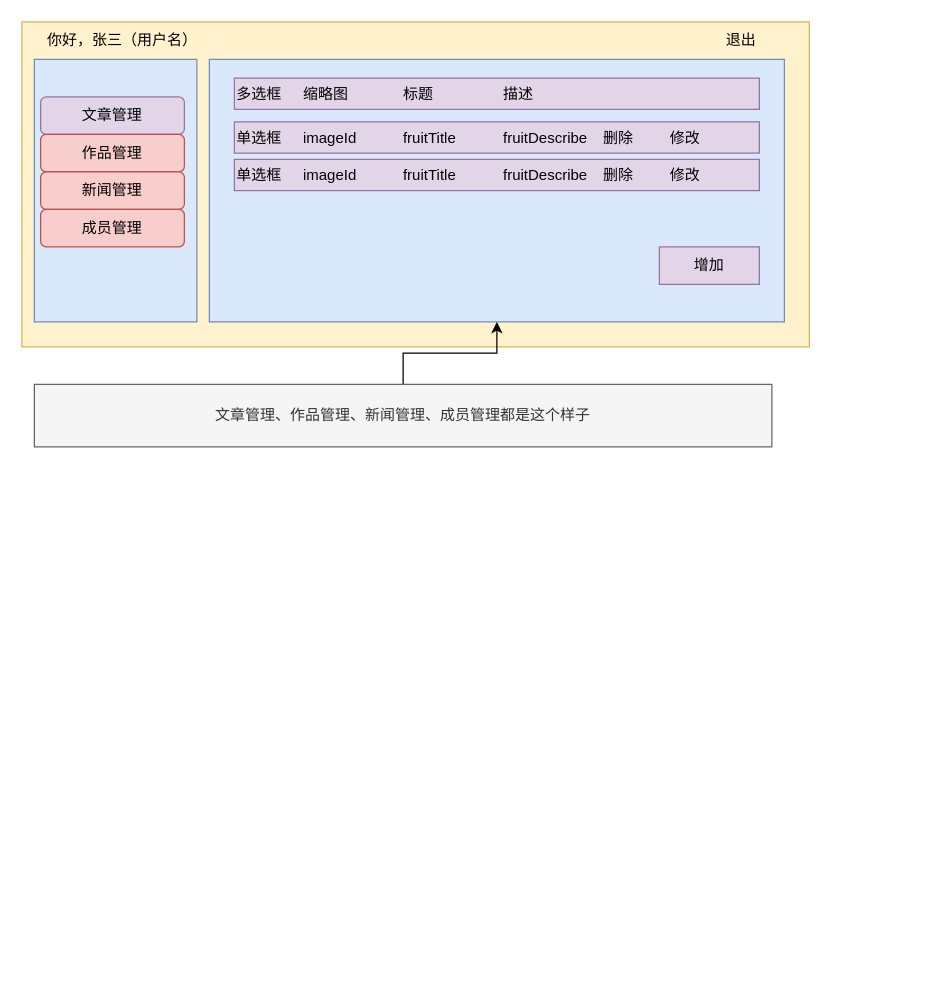
The draw.io diagram studio/用户页面图.drawio in wenxuan-ping/picture, before the edit. Source tidied: cells renumbered, new cells numbered last; positions are measured from the earlier drawing's top-left corner, leaving out a move shared by most shapes. Both pictures are drawn from the tidied source at 125%, with x=0, y=0 at pixel (21, 21).
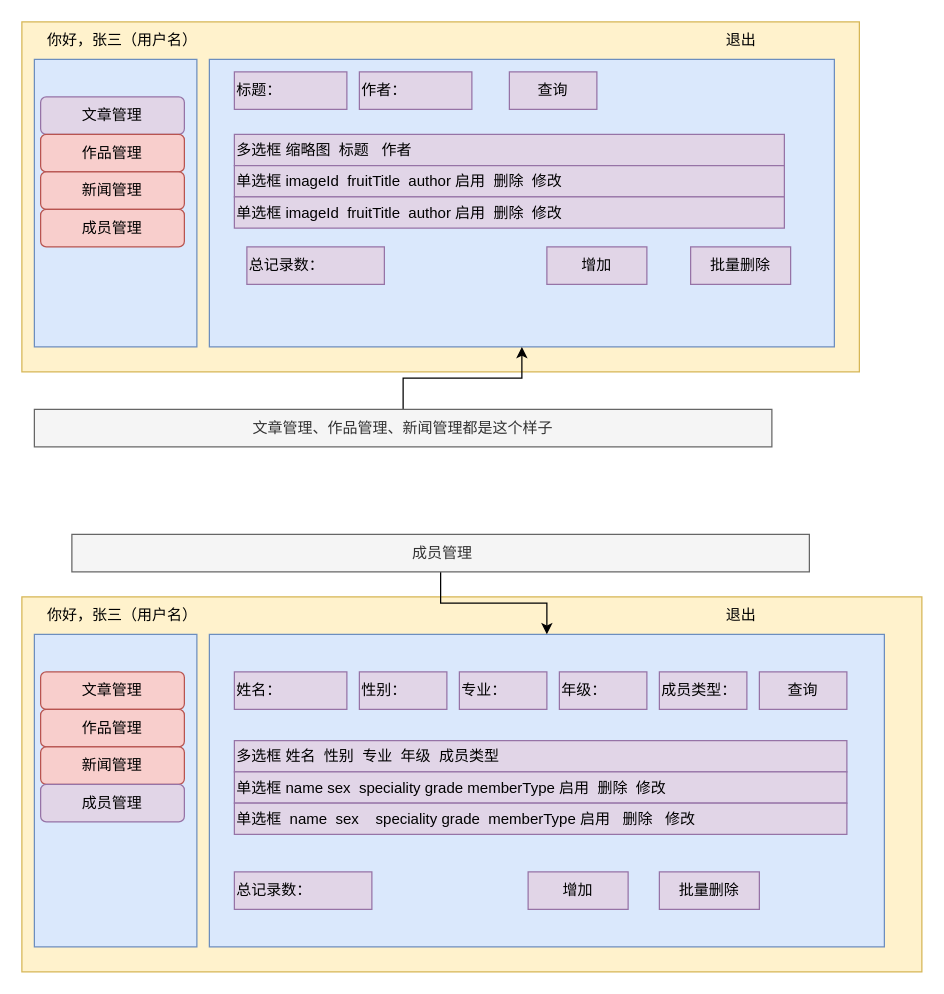
The same page after the edit.

Commit message:
更新用户页面图.drawio

Diff of the diagram source:
```diff
@@
     <mxCell id="2" style="rounded=0;whiteSpace=wrap;html=1;fillColor=#fff2cc;strokeColor=#d6b656;" parent="1" vertex="1">
-      <mxGeometry width="630" height="260" as="geometry" />
+      <mxGeometry width="670" height="280" as="geometry" />
     </mxCell>
     <mxCell id="3" style="rounded=0;whiteSpace=wrap;html=1;fillColor=#dae8fc;strokeColor=#6c8ebf;" parent="1" vertex="1">
-      <mxGeometry x="10" y="30" width="130" height="210" as="geometry" />
+      <mxGeometry x="10" y="30" width="130" height="230" as="geometry" />
     </mxCell>
@@
     <mxCell id="8" style="rounded=0;whiteSpace=wrap;html=1;fillColor=#dae8fc;strokeColor=#6c8ebf;" parent="1" vertex="1">
-      <mxGeometry x="150" y="30" width="460" height="210" as="geometry" />
+      <mxGeometry x="150" y="30" width="500" height="230" as="geometry" />
     </mxCell>
@@
-    <mxCell id="11" value="多选框&lt;span style=&quot;white-space: pre;&quot;&gt;&#9;&lt;/span&gt;缩略图&lt;span style=&quot;white-space: pre;&quot;&gt;&#9;&lt;/span&gt;&lt;span style=&quot;white-space: pre;&quot;&gt;&#9;&lt;/span&gt;标题&lt;span style=&quot;white-space: pre;&quot;&gt;&#9;&lt;/span&gt;&lt;span style=&quot;white-space: pre;&quot;&gt;&#9;&lt;/span&gt;&lt;span style=&quot;white-space: pre;&quot;&gt;&#9;&lt;/span&gt;描述" style="rounded=0;whiteSpace=wrap;html=1;align=left;fillColor=#e1d5e7;strokeColor=#9673a6;" parent="1" vertex="1">
-      <mxGeometry x="170" y="45" width="420" height="25" as="geometry" />
+    <mxCell id="11" value="多选框&lt;span style=&quot;white-space: pre;&quot;&gt; &lt;/span&gt;缩略图&lt;span style=&quot;white-space: pre;&quot;&gt; &lt;/span&gt;&lt;span style=&quot;white-space: pre;&quot;&gt; &lt;/span&gt;标题&lt;span style=&quot;white-space: pre;&quot;&gt; &lt;/span&gt;&lt;span style=&quot;white-space: pre;&quot;&gt; &lt;/span&gt;&lt;span style=&quot;white-space: pre;&quot;&gt; &lt;/span&gt;作者" style="rounded=0;whiteSpace=wrap;html=1;align=left;fillColor=#e1d5e7;strokeColor=#9673a6;" parent="1" vertex="1">
+      <mxGeometry x="170" y="90" width="440" height="25" as="geometry" />
     </mxCell>
-    <mxCell id="12" value="单选框&lt;span style=&quot;white-space: pre;&quot;&gt;&#9;&lt;/span&gt;imageId&lt;span style=&quot;white-space: pre;&quot;&gt;&#9;&lt;/span&gt;&lt;span style=&quot;white-space: pre;&quot;&gt;&#9;&lt;/span&gt;fruitTitle&lt;span style=&quot;white-space: pre;&quot;&gt;&#9;&lt;/span&gt;&lt;span style=&quot;white-space: pre;&quot;&gt;&#9;&lt;/span&gt;fruitDescribe&lt;span style=&quot;white-space: pre;&quot;&gt;&#9;&lt;/span&gt;删除&lt;span style=&quot;white-space: pre;&quot;&gt;&#9;&lt;/span&gt;&lt;span style=&quot;white-space: pre;&quot;&gt;&#9;&lt;/span&gt;修改" style="rounded=0;whiteSpace=wrap;html=1;align=left;fillColor=#e1d5e7;strokeColor=#9673a6;" parent="1" vertex="1">
-      <mxGeometry x="170" y="80" width="420" height="25" as="geometry" />
+    <mxCell id="12" value="单选框&lt;span style=&quot;white-space: pre;&quot;&gt; &lt;/span&gt;imageId&lt;span style=&quot;white-space: pre;&quot;&gt; &lt;/span&gt;&lt;span style=&quot;white-space: pre;&quot;&gt; &lt;/span&gt;fruitTitle&lt;span style=&quot;white-space: pre;&quot;&gt; &lt;/span&gt;&lt;span style=&quot;white-space: pre;&quot;&gt; &lt;/span&gt;author&lt;span style=&quot;white-space: pre;&quot;&gt; &lt;/span&gt;启用&lt;span style=&quot;white-space: pre;&quot;&gt; &lt;/span&gt;&lt;span style=&quot;white-space: pre;&quot;&gt; &lt;/span&gt;删除&lt;span style=&quot;white-space: pre;&quot;&gt; &lt;/span&gt;&lt;span style=&quot;white-space: pre;&quot;&gt; &lt;/span&gt;修改" style="rounded=0;whiteSpace=wrap;html=1;align=left;fillColor=#e1d5e7;strokeColor=#9673a6;" parent="1" vertex="1">
+      <mxGeometry x="170" y="115" width="440" height="25" as="geometry" />
     </mxCell>
-    <mxCell id="13" value="单选框&lt;span style=&quot;white-space: pre;&quot;&gt;&#9;&lt;/span&gt;imageId&lt;span style=&quot;white-space: pre;&quot;&gt;&#9;&lt;/span&gt;&lt;span style=&quot;white-space: pre;&quot;&gt;&#9;&lt;/span&gt;fruitTitle&lt;span style=&quot;white-space: pre;&quot;&gt;&#9;&lt;/span&gt;&lt;span style=&quot;white-space: pre;&quot;&gt;&#9;&lt;/span&gt;fruitDescribe&lt;span style=&quot;white-space: pre;&quot;&gt;&#9;&lt;/span&gt;删除&lt;span style=&quot;white-space: pre;&quot;&gt;&#9;&lt;/span&gt;&lt;span style=&quot;white-space: pre;&quot;&gt;&#9;&lt;/span&gt;修改" style="rounded=0;whiteSpace=wrap;html=1;align=left;fillColor=#e1d5e7;strokeColor=#9673a6;" parent="1" vertex="1">
-      <mxGeometry x="170" y="110" width="420" height="25" as="geometry" />
+    <mxCell id="13" value="单选框&lt;span style=&quot;white-space: pre;&quot;&gt; &lt;/span&gt;imageId&lt;span style=&quot;white-space: pre;&quot;&gt; &lt;/span&gt;&lt;span style=&quot;white-space: pre;&quot;&gt; &lt;/span&gt;fruitTitle&lt;span style=&quot;white-space: pre;&quot;&gt; &lt;/span&gt;&lt;span style=&quot;white-space: pre;&quot;&gt; &lt;/span&gt;author&lt;span style=&quot;white-space: pre;&quot;&gt; &lt;/span&gt;启用&lt;span style=&quot;white-space: pre;&quot;&gt; &lt;/span&gt;&lt;span style=&quot;white-space: pre;&quot;&gt; &lt;/span&gt;删除&lt;span style=&quot;white-space: pre;&quot;&gt; &lt;/span&gt;&lt;span style=&quot;white-space: pre;&quot;&gt; &lt;/span&gt;修改" style="rounded=0;whiteSpace=wrap;html=1;align=left;fillColor=#e1d5e7;strokeColor=#9673a6;" parent="1" vertex="1">
+      <mxGeometry x="170" y="140" width="440" height="25" as="geometry" />
     </mxCell>
-    <mxCell id="14" value="增加" style="rounded=0;whiteSpace=wrap;html=1;fillColor=#e1d5e7;strokeColor=#9673a6;" parent="1" vertex="1">
-      <mxGeometry x="510" y="180" width="80" height="30" as="geometry" />
-    </mxCell>
@@
-    <mxCell id="16" value="文章管理、作品管理、新闻管理、成员管理都是这个样子" style="rounded=0;whiteSpace=wrap;html=1;fillColor=#f5f5f5;fontColor=#333333;strokeColor=#666666;" parent="1" vertex="1">
-      <mxGeometry x="10" y="290" width="590" height="50" as="geometry" />
+    <mxCell id="16" value="文章管理、作品管理、新闻管理都是这个样子" style="rounded=0;whiteSpace=wrap;html=1;fillColor=#f5f5f5;fontColor=#333333;strokeColor=#666666;" parent="1" vertex="1">
+      <mxGeometry x="10" y="310" width="590" height="30" as="geometry" />
     </mxCell>
+    <mxCell id="17" style="rounded=0;whiteSpace=wrap;html=1;fillColor=#fff2cc;strokeColor=#d6b656;" parent="1" vertex="1">
+      <mxGeometry y="460" width="720" height="300" as="geometry" />
+    </mxCell>
+    <mxCell id="18" style="rounded=0;whiteSpace=wrap;html=1;fillColor=#dae8fc;strokeColor=#6c8ebf;" parent="1" vertex="1">
+      <mxGeometry x="10" y="490" width="130" height="250" as="geometry" />
+    </mxCell>
+    <mxCell id="19" value="文章管理" style="rounded=1;whiteSpace=wrap;html=1;fillColor=#f8cecc;strokeColor=#b85450;" parent="1" vertex="1">
+      <mxGeometry x="15" y="520" width="115" height="30" as="geometry" />
+    </mxCell>
+    <mxCell id="20" value="作品管理" style="rounded=1;whiteSpace=wrap;html=1;fillColor=#f8cecc;strokeColor=#b85450;" parent="1" vertex="1">
+      <mxGeometry x="15" y="550" width="115" height="30" as="geometry" />
+    </mxCell>
+    <mxCell id="21" value="新闻管理" style="rounded=1;whiteSpace=wrap;html=1;fillColor=#f8cecc;strokeColor=#b85450;" parent="1" vertex="1">
+      <mxGeometry x="15" y="580" width="115" height="30" as="geometry" />
+    </mxCell>
+    <mxCell id="22" value="成员管理" style="rounded=1;whiteSpace=wrap;html=1;fillColor=#e1d5e7;strokeColor=#9673a6;" parent="1" vertex="1">
+      <mxGeometry x="15" y="610" width="115" height="30" as="geometry" />
+    </mxCell>
+    <mxCell id="23" style="rounded=0;whiteSpace=wrap;html=1;fillColor=#dae8fc;strokeColor=#6c8ebf;" parent="1" vertex="1">
+      <mxGeometry x="150" y="490" width="540" height="250" as="geometry" />
+    </mxCell>
+    <mxCell id="24" value="退出" style="text;html=1;align=center;verticalAlign=middle;strokeColor=none;fillColor=none;" parent="1" vertex="1">
+      <mxGeometry x="550" y="460" width="50" height="30" as="geometry" />
+    </mxCell>
+    <mxCell id="25" value="你好，张三（用户名）" style="text;html=1;align=center;verticalAlign=middle;strokeColor=none;fillColor=none;" parent="1" vertex="1">
+      <mxGeometry x="10" y="460" width="140" height="30" as="geometry" />
+    </mxCell>
+    <mxCell id="26" value="多选框&lt;span style=&quot;white-space: pre;&quot;&gt; &lt;/span&gt;姓名&lt;span style=&quot;white-space: pre;&quot;&gt; &lt;/span&gt;&lt;span style=&quot;white-space: pre;&quot;&gt; &lt;/span&gt;性别&lt;span style=&quot;white-space: pre;&quot;&gt; &lt;/span&gt;&lt;span style=&quot;white-space: pre;&quot;&gt; &lt;/span&gt;专业&lt;span style=&quot;white-space: pre;&quot;&gt; &lt;/span&gt;&lt;span style=&quot;white-space: pre;&quot;&gt; &lt;/span&gt;年级&lt;span style=&quot;white-space: pre;&quot;&gt; &lt;span style=&quot;white-space: pre;&quot;&gt; &lt;/span&gt;成员&lt;/span&gt;类型" style="rounded=0;whiteSpace=wrap;html=1;align=left;fillColor=#e1d5e7;strokeColor=#9673a6;" parent="1" vertex="1">
+      <mxGeometry x="170" y="575" width="490" height="25" as="geometry" />
+    </mxCell>
+    <mxCell id="27" value="单选框&lt;span style=&quot;white-space: pre;&quot;&gt; &lt;/span&gt;name&lt;span style=&quot;white-space: pre;&quot;&gt; &lt;/span&gt;sex&lt;span style=&quot;white-space: pre;&quot;&gt; &lt;/span&gt;&lt;span style=&quot;white-space: pre;&quot;&gt; &lt;/span&gt;speciality&lt;span style=&quot;white-space: pre;&quot;&gt; &lt;/span&gt;grade&lt;span style=&quot;white-space: pre;&quot;&gt; me&lt;/span&gt;mberType&lt;span style=&quot;white-space: pre;&quot;&gt; &lt;/span&gt;启用&lt;span style=&quot;white-space: pre;&quot;&gt; &lt;/span&gt;&lt;span style=&quot;white-space: pre;&quot;&gt; &lt;/span&gt;删除&lt;span style=&quot;white-space: pre;&quot;&gt; &lt;/span&gt;&lt;span style=&quot;white-space: pre;&quot;&gt; &lt;/span&gt;修改" style="rounded=0;whiteSpace=wrap;html=1;align=left;fillColor=#e1d5e7;strokeColor=#9673a6;" parent="1" vertex="1">
+      <mxGeometry x="170" y="600" width="490" height="25" as="geometry" />
+    </mxCell>
+    <mxCell id="28" value="单选框 &lt;span style=&quot;white-space: pre;&quot;&gt; &lt;/span&gt;name&lt;span style=&quot;border-color: var(--border-color);&quot;&gt; &lt;span style=&quot;white-space: pre;&quot;&gt; &lt;/span&gt;&lt;/span&gt;sex&lt;span style=&quot;border-color: var(--border-color);&quot;&gt; &lt;span style=&quot;white-space: pre;&quot;&gt; &lt;/span&gt;&lt;span style=&quot;white-space: pre;&quot;&gt; &lt;/span&gt;&lt;/span&gt;&lt;span style=&quot;border-color: var(--border-color);&quot;&gt; &lt;/span&gt;speciality&lt;span style=&quot;border-color: var(--border-color);&quot;&gt; &lt;/span&gt;grade&lt;span style=&quot;border-color: var(--border-color);&quot;&gt; &lt;span style=&quot;white-space: pre;&quot;&gt; &lt;/span&gt;memberType&lt;span style=&quot;white-space: pre;&quot;&gt; &lt;/span&gt;启用&lt;span style=&quot;border-color: var(--border-color);&quot;&gt; &lt;span style=&quot;white-space: pre;&quot;&gt; &lt;/span&gt;&lt;/span&gt;&lt;span style=&quot;border-color: var(--border-color);&quot;&gt; &lt;/span&gt;&lt;/span&gt;删除&lt;span style=&quot;border-color: var(--border-color);&quot;&gt; &lt;span style=&quot;white-space: pre;&quot;&gt; &lt;/span&gt;&lt;/span&gt;&lt;span style=&quot;border-color: var(--border-color);&quot;&gt; &lt;/span&gt;修改" style="rounded=0;whiteSpace=wrap;html=1;align=left;fillColor=#e1d5e7;strokeColor=#9673a6;" parent="1" vertex="1">
+      <mxGeometry x="170" y="625" width="490" height="25" as="geometry" />
+    </mxCell>
+    <mxCell id="29" value="批量删除" style="rounded=0;whiteSpace=wrap;html=1;fillColor=#e1d5e7;strokeColor=#9673a6;" parent="1" vertex="1">
+      <mxGeometry x="535" y="180" width="80" height="30" as="geometry" />
+    </mxCell>
+    <mxCell id="30" value="增加" style="rounded=0;whiteSpace=wrap;html=1;fillColor=#e1d5e7;strokeColor=#9673a6;" parent="1" vertex="1">
+      <mxGeometry x="420" y="180" width="80" height="30" as="geometry" />
+    </mxCell>
+    <mxCell id="31" value="标题：" style="rounded=0;whiteSpace=wrap;html=1;align=left;fillColor=#e1d5e7;strokeColor=#9673a6;" parent="1" vertex="1">
+      <mxGeometry x="170" y="40" width="90" height="30" as="geometry" />
+    </mxCell>
+    <mxCell id="32" value="作者：" style="rounded=0;whiteSpace=wrap;html=1;align=left;fillColor=#e1d5e7;strokeColor=#9673a6;" parent="1" vertex="1">
+      <mxGeometry x="270" y="40" width="90" height="30" as="geometry" />
+    </mxCell>
+    <mxCell id="33" value="查询" style="rounded=0;whiteSpace=wrap;html=1;align=center;fillColor=#e1d5e7;strokeColor=#9673a6;" parent="1" vertex="1">
+      <mxGeometry x="390" y="40" width="70" height="30" as="geometry" />
+    </mxCell>
+    <mxCell id="34" value="总记录数：" style="rounded=0;whiteSpace=wrap;html=1;fillColor=#e1d5e7;strokeColor=#9673a6;align=left;" parent="1" vertex="1">
+      <mxGeometry x="180" y="180" width="110" height="30" as="geometry" />
+    </mxCell>
+    <mxCell id="35" value="总记录数：" style="rounded=0;whiteSpace=wrap;html=1;fillColor=#e1d5e7;strokeColor=#9673a6;align=left;" parent="1" vertex="1">
+      <mxGeometry x="170" y="680" width="110" height="30" as="geometry" />
+    </mxCell>
+    <mxCell id="36" value="增加" style="rounded=0;whiteSpace=wrap;html=1;fillColor=#e1d5e7;strokeColor=#9673a6;" parent="1" vertex="1">
+      <mxGeometry x="405" y="680" width="80" height="30" as="geometry" />
+    </mxCell>
+    <mxCell id="37" value="批量删除" style="rounded=0;whiteSpace=wrap;html=1;fillColor=#e1d5e7;strokeColor=#9673a6;" parent="1" vertex="1">
+      <mxGeometry x="510" y="680" width="80" height="30" as="geometry" />
+    </mxCell>
+    <mxCell id="38" value="姓名：" style="rounded=0;whiteSpace=wrap;html=1;align=left;fillColor=#e1d5e7;strokeColor=#9673a6;" parent="1" vertex="1">
+      <mxGeometry x="170" y="520" width="90" height="30" as="geometry" />
+    </mxCell>
+    <mxCell id="39" value="性别：" style="rounded=0;whiteSpace=wrap;html=1;align=left;fillColor=#e1d5e7;strokeColor=#9673a6;" parent="1" vertex="1">
+      <mxGeometry x="270" y="520" width="70" height="30" as="geometry" />
+    </mxCell>
+    <mxCell id="40" value="查询" style="rounded=0;whiteSpace=wrap;html=1;align=center;fillColor=#e1d5e7;strokeColor=#9673a6;" parent="1" vertex="1">
+      <mxGeometry x="590" y="520" width="70" height="30" as="geometry" />
+    </mxCell>
+    <mxCell id="41" value="专业：" style="rounded=0;whiteSpace=wrap;html=1;align=left;fillColor=#e1d5e7;strokeColor=#9673a6;" parent="1" vertex="1">
+      <mxGeometry x="350" y="520" width="70" height="30" as="geometry" />
+    </mxCell>
+    <mxCell id="42" value="年级：" style="rounded=0;whiteSpace=wrap;html=1;align=left;fillColor=#e1d5e7;strokeColor=#9673a6;" parent="1" vertex="1">
+      <mxGeometry x="430" y="520" width="70" height="30" as="geometry" />
+    </mxCell>
+    <mxCell id="43" value="成员类型：" style="rounded=0;whiteSpace=wrap;html=1;align=left;fillColor=#e1d5e7;strokeColor=#9673a6;" parent="1" vertex="1">
+      <mxGeometry x="510" y="520" width="70" height="30" as="geometry" />
+    </mxCell>
+    <mxCell id="44" style="edgeStyle=orthogonalEdgeStyle;rounded=0;jettySize=auto;html=1;" parent="1" edge="1" source="45" target="23">
+      <mxGeometry relative="1" as="geometry" />
+    </mxCell>
+    <mxCell id="45" value="&amp;nbsp;成员管理" style="rounded=0;whiteSpace=wrap;html=1;fillColor=#f5f5f5;fontColor=#333333;strokeColor=#666666;" parent="1" vertex="1">
+      <mxGeometry x="40" y="410" width="590" height="30" as="geometry" />
+    </mxCell>
```
